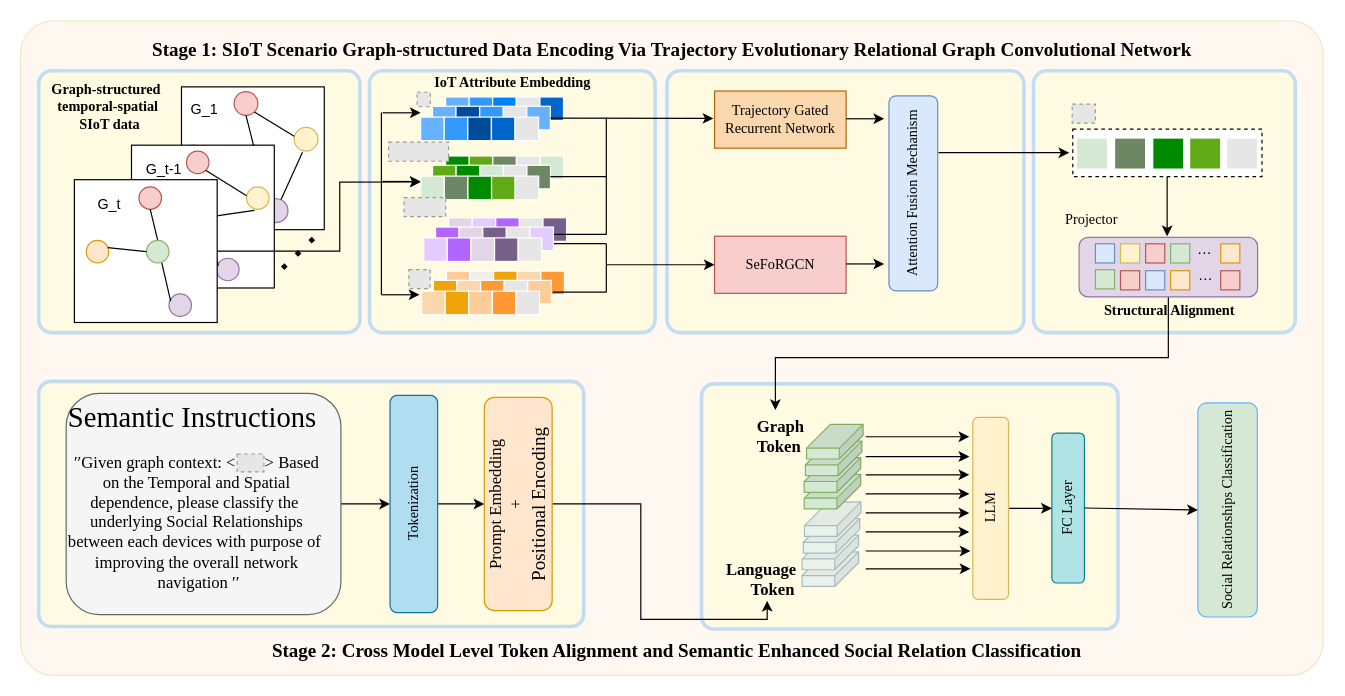
This is 未命名绘图.drawio from hzb29/hzb29, a draw.io file, before an edit. Source tidied: cells renumbered, new cells numbered last; positions are measured from the earlier drawing's top-left corner, leaving out a move shared by most shapes. Both pictures are drawn from the tidied source at 119%, with x=0, y=0 at pixel (20, 20). Pictures stored in the file or linked from it are replaced by grey dashed boxes.
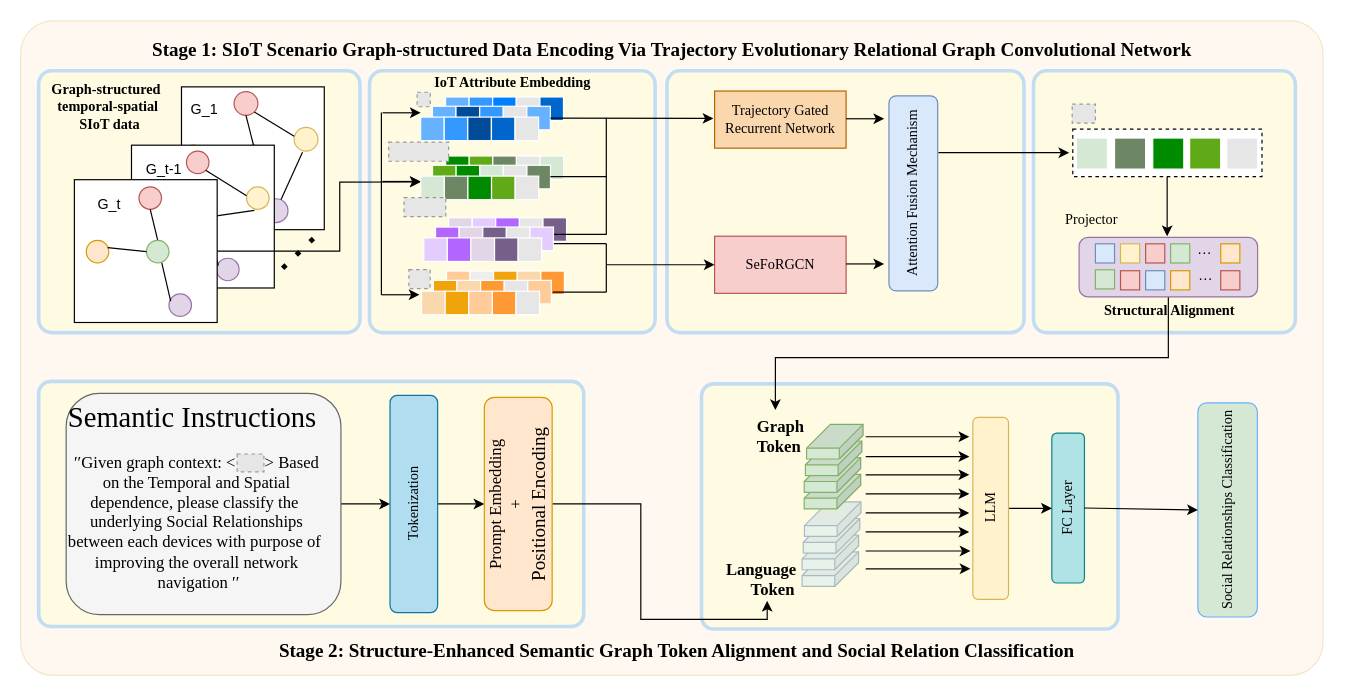
The same page after the edit.

Commit message:
更新未命名绘图.drawio

Diff of the diagram source:
```diff
@@
-    <mxCell id="121" value="&lt;font style=&quot;font-size: 16px;&quot;&gt;&lt;b&gt;&lt;font face=&quot;Times New Roman&quot;&gt;Stage 2: Cross Model&amp;nbsp;&lt;/font&gt;&lt;/b&gt;&lt;b&gt;&lt;font face=&quot;Times New Roman&quot;&gt;Level&amp;nbsp;&lt;/font&gt;&lt;/b&gt;&lt;b&gt;&lt;font face=&quot;Times New Roman&quot;&gt;Token Alignment and Semantic Enhanced Social Relation&amp;nbsp;&lt;/font&gt;&lt;/b&gt;&lt;font face=&quot;Times New Roman&quot;&gt;&lt;b&gt;Classification&lt;/b&gt;&lt;/font&gt;&lt;/font&gt;" style="text;html=1;align=center;verticalAlign=middle;strokeColor=none;fillColor=none;" parent="1" vertex="1">
-      <mxGeometry x="201" y="513" width="699" height="32" as="geometry" />
+    <mxCell id="121" value="&lt;font style=&quot;&quot;&gt;&lt;b style=&quot;font-size: 16px;&quot;&gt;&lt;font face=&quot;Times New Roman&quot;&gt;Stage 2:&amp;nbsp;&lt;/font&gt;&lt;/b&gt;&lt;font style=&quot;&quot; face=&quot;Times New Roman&quot;&gt;&lt;span style=&quot;font-size: 16px;&quot;&gt;&lt;b&gt;Structure-Enhanced Semantic Graph Token Alignment&lt;/b&gt;&lt;/span&gt;&lt;b style=&quot;font-size: 16px;&quot;&gt;&amp;nbsp;and Social Relation&amp;nbsp;&lt;/b&gt;&lt;/font&gt;&lt;font style=&quot;font-size: 16px;&quot; face=&quot;Times New Roman&quot;&gt;&lt;b&gt;Classification&lt;/b&gt;&lt;/font&gt;&lt;/font&gt;" style="text;html=1;align=center;verticalAlign=middle;strokeColor=none;fillColor=none;" parent="1" vertex="1">
+      <mxGeometry x="206" y="514" width="690" height="30" as="geometry" />
     </mxCell>
```
